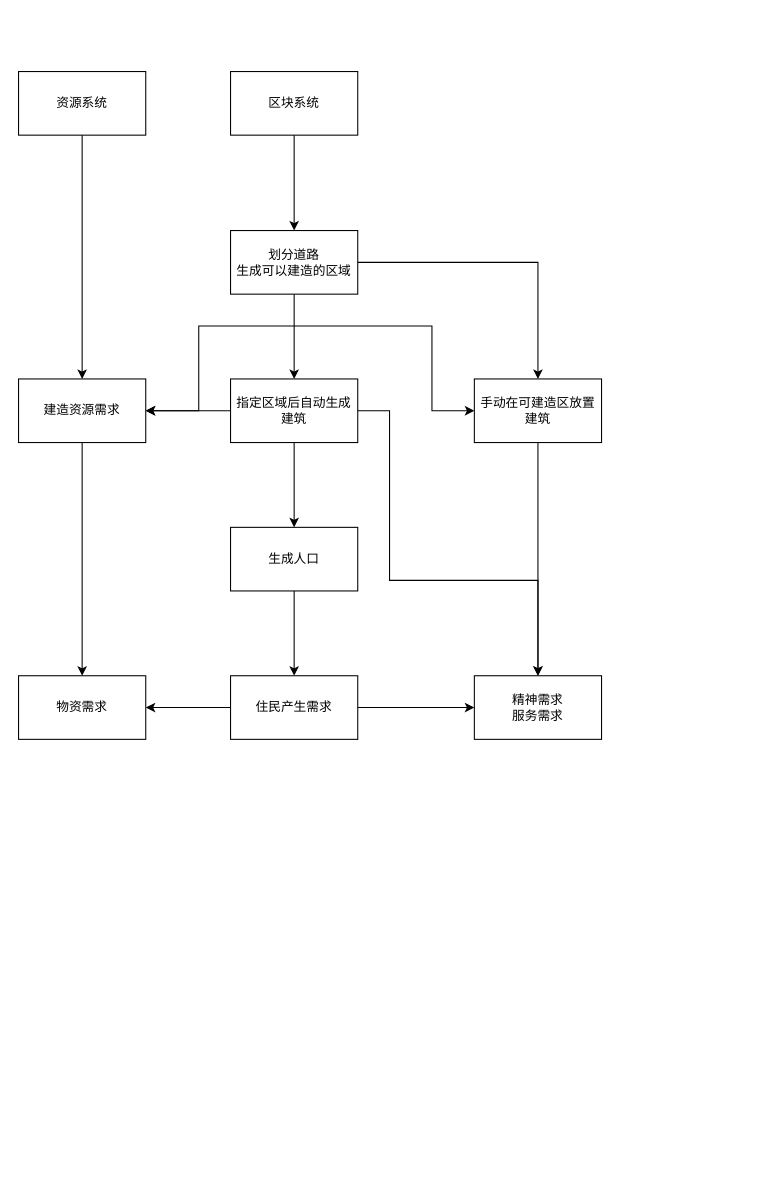
Earlier version of the draw.io diagram Design/skycity.drawio (DingJunyu/eroGame). Source tidied: cells renumbered, new cells numbered last; positions are measured from the earlier drawing's top-left corner, leaving out a move shared by most shapes. Both pictures are drawn from the tidied source at 106%, with x=0, y=0 at pixel (18, 71).
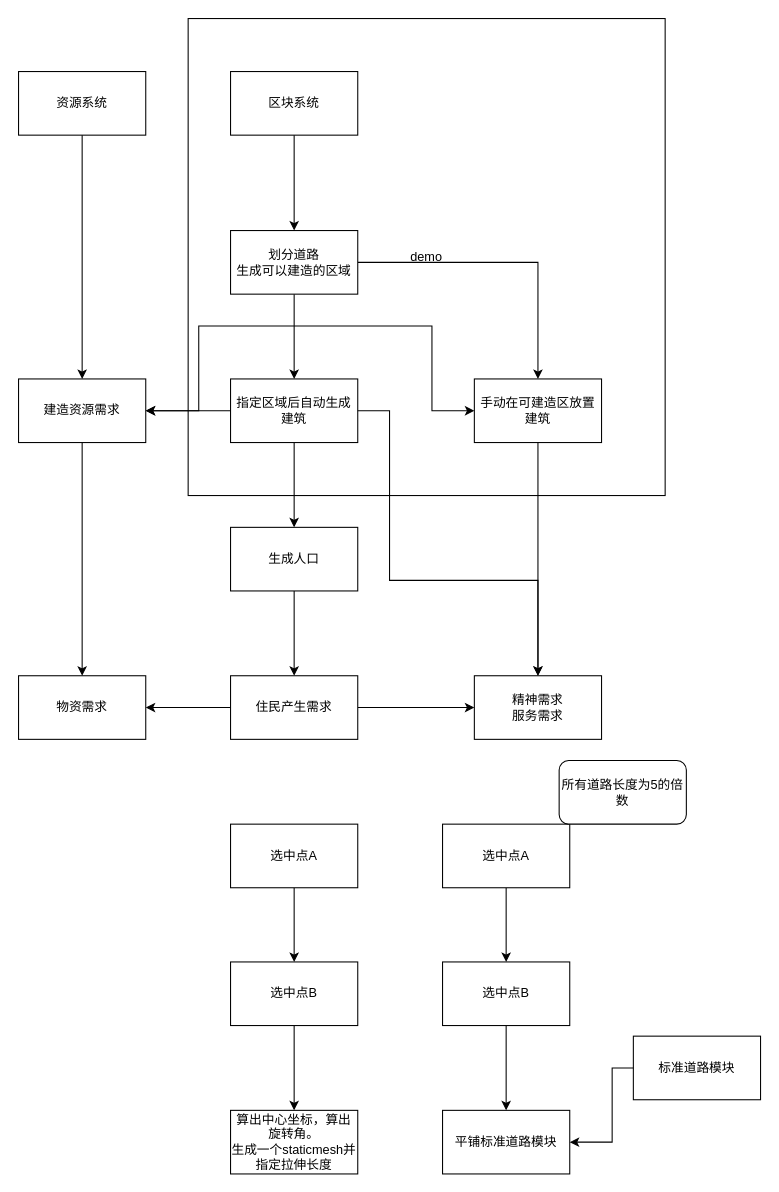
Above is the later version.

Change to the diagram source:
```diff
@@
+    <mxCell id="25" value="demo" style="whiteSpace=wrap;html=1;" parent="1" vertex="1">
+      <mxGeometry x="160" y="-50" width="450" height="450" as="geometry" />
+    </mxCell>
@@
+    <mxCell id="26" style="edgeStyle=orthogonalEdgeStyle;rounded=0;jettySize=auto;html=1;" parent="1" edge="1" source="27" target="29">
+      <mxGeometry relative="1" as="geometry" />
+    </mxCell>
+    <mxCell id="27" value="选中点A" style="rounded=0;whiteSpace=wrap;html=1;" parent="1" vertex="1">
+      <mxGeometry x="200" y="710" width="120" height="60" as="geometry" />
+    </mxCell>
+    <mxCell id="28" style="edgeStyle=orthogonalEdgeStyle;rounded=0;jettySize=auto;html=1;" parent="1" edge="1" source="29" target="30">
+      <mxGeometry relative="1" as="geometry" />
+    </mxCell>
+    <mxCell id="29" value="选中点B" style="whiteSpace=wrap;html=1;rounded=0;" parent="1" vertex="1">
+      <mxGeometry x="200" y="840" width="120" height="60" as="geometry" />
+    </mxCell>
+    <mxCell id="30" value="算出中心坐标，算出旋转角。&lt;br&gt;生成一个staticmesh并指定拉伸长度" style="whiteSpace=wrap;html=1;rounded=0;" parent="1" vertex="1">
+      <mxGeometry x="200" y="980" width="120" height="60" as="geometry" />
+    </mxCell>
+    <mxCell id="31" style="edgeStyle=orthogonalEdgeStyle;rounded=0;jettySize=auto;html=1;" parent="1" edge="1" source="32" target="33">
+      <mxGeometry relative="1" as="geometry" />
+    </mxCell>
+    <mxCell id="32" value="选中点A" style="rounded=0;whiteSpace=wrap;html=1;" parent="1" vertex="1">
+      <mxGeometry x="400" y="710" width="120" height="60" as="geometry" />
+    </mxCell>
+    <mxCell id="33" value="选中点B" style="whiteSpace=wrap;html=1;rounded=0;" parent="1" vertex="1">
+      <mxGeometry x="400" y="840" width="120" height="60" as="geometry" />
+    </mxCell>
+    <mxCell id="34" value="标准道路模块" style="rounded=0;whiteSpace=wrap;html=1;" parent="1" vertex="1">
+      <mxGeometry x="580" y="910" width="120" height="60" as="geometry" />
+    </mxCell>
+    <mxCell id="35" value="所有道路长度为5的倍数" style="rounded=1;whiteSpace=wrap;html=1;" parent="1" vertex="1">
+      <mxGeometry x="510" y="650" width="120" height="60" as="geometry" />
+    </mxCell>
+    <mxCell id="36" value="平铺标准道路模块" style="rounded=0;whiteSpace=wrap;html=1;" parent="1" vertex="1">
+      <mxGeometry x="400" y="980" width="120" height="60" as="geometry" />
+    </mxCell>
+    <mxCell id="37" style="endArrow=classic;html=1;rounded=0;exitX=0.5;exitY=1;exitDx=0;exitDy=0;entryX=0.5;entryY=0;entryDx=0;entryDy=0;" parent="1" edge="1" source="33" target="36">
+      <mxGeometry relative="1" as="geometry" />
+    </mxCell>
+    <mxCell id="38" style="endArrow=classic;html=1;rounded=0;exitX=0;exitY=0.5;exitDx=0;exitDy=0;entryX=1;entryY=0.5;entryDx=0;entryDy=0;" parent="1" edge="1" source="34" target="36">
+      <mxGeometry relative="1" as="geometry">
+        <Array as="points">
+          <mxPoint x="560" y="940" />
+          <mxPoint x="560" y="1010" />
+        </Array>
+      </mxGeometry>
+    </mxCell>
```
